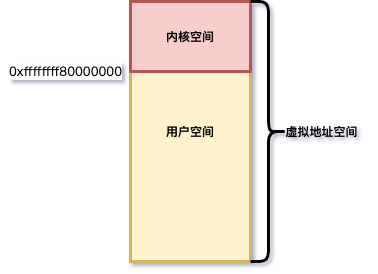
Earlier version of the draw.io export 进程虚拟地址空间.png (midou-tech/pothoto). Source tidied: cells renumbered, new cells last; positions are measured from the earlier drawing's top-left corner, leaving out a move shared by most shapes. Source of this version:
```xml
<mxGraphModel shadow="1">
  <root>
    <mxCell id="0" />
    <mxCell id="1" parent="0" />
    <mxCell id="2" value="&lt;b&gt;用户空间&lt;/b&gt;" style="rounded=0;whiteSpace=wrap;html=1;fillColor=#fff2cc;strokeColor=#d6b656;strokeWidth=3;" parent="1" vertex="1">
      <mxGeometry x="130" width="120" height="260" as="geometry" />
    </mxCell>
    <mxCell id="3" value="&lt;b&gt;内核空间&lt;/b&gt;" style="rounded=0;whiteSpace=wrap;html=1;fillColor=#f8cecc;strokeColor=#b85450;shadow=0;sketch=0;glass=0;strokeWidth=3;" parent="1" vertex="1">
      <mxGeometry x="130" width="120" height="70" as="geometry" />
    </mxCell>
    <mxCell id="4" style="shape=curlyBracket;whiteSpace=wrap;html=1;rounded=1;shadow=0;glass=0;sketch=0;strokeWidth=3;gradientColor=none;direction=west;" parent="1" vertex="1">
      <mxGeometry x="250" width="36" height="260" as="geometry" />
    </mxCell>
    <mxCell id="5" value="&lt;b&gt;虚拟地址空间&lt;/b&gt;" style="text;html=1;align=center;verticalAlign=middle;" parent="1" vertex="1">
      <mxGeometry x="276" y="120" width="90" height="20" as="geometry" />
    </mxCell>
    <mxCell id="6" value="&lt;pre style=&quot;font-family: &amp;#34;jetbrains mono&amp;#34; ; font-size: 9.8pt&quot;&gt;&lt;span style=&quot;background-color: rgb(255 , 255 , 255)&quot;&gt;0xffffffff80000000&lt;/span&gt;&lt;/pre&gt;" style="text;html=1;align=center;verticalAlign=middle;" parent="1" vertex="1">
      <mxGeometry y="45" width="130" height="50" as="geometry" />
    </mxCell>
  </root>
</mxGraphModel>
```
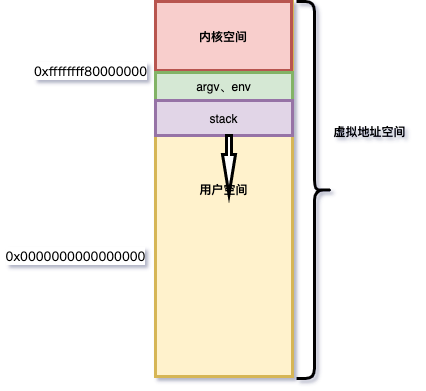
Later version of the same file.

Commit message:
更新进程虚拟地址空间.png

What changed in the source:
```diff
@@ -3,19 +3,31 @@
     <mxCell id="0" />
     <mxCell id="1" parent="0" />
     <mxCell id="2" value="&lt;b&gt;用户空间&lt;/b&gt;" style="rounded=0;whiteSpace=wrap;html=1;fillColor=#fff2cc;strokeColor=#d6b656;strokeWidth=3;" parent="1" vertex="1">
-      <mxGeometry x="130" width="120" height="260" as="geometry" />
+      <mxGeometry x="130" width="137" height="375" as="geometry" />
     </mxCell>
     <mxCell id="3" value="&lt;b&gt;内核空间&lt;/b&gt;" style="rounded=0;whiteSpace=wrap;html=1;fillColor=#f8cecc;strokeColor=#b85450;shadow=0;sketch=0;glass=0;strokeWidth=3;" parent="1" vertex="1">
-      <mxGeometry x="130" width="120" height="70" as="geometry" />
+      <mxGeometry x="130" width="136" height="69" as="geometry" />
     </mxCell>
     <mxCell id="4" style="shape=curlyBracket;whiteSpace=wrap;html=1;rounded=1;shadow=0;glass=0;sketch=0;strokeWidth=3;gradientColor=none;direction=west;" parent="1" vertex="1">
-      <mxGeometry x="250" width="36" height="260" as="geometry" />
+      <mxGeometry x="271" width="36" height="377" as="geometry" />
     </mxCell>
     <mxCell id="5" value="&lt;b&gt;虚拟地址空间&lt;/b&gt;" style="text;html=1;align=center;verticalAlign=middle;" parent="1" vertex="1">
-      <mxGeometry x="276" y="120" width="90" height="20" as="geometry" />
+      <mxGeometry x="299" y="120" width="90" height="20" as="geometry" />
     </mxCell>
     <mxCell id="6" value="&lt;pre style=&quot;font-family: &amp;#34;jetbrains mono&amp;#34; ; font-size: 9.8pt&quot;&gt;&lt;span style=&quot;background-color: rgb(255 , 255 , 255)&quot;&gt;0xffffffff80000000&lt;/span&gt;&lt;/pre&gt;" style="text;html=1;align=center;verticalAlign=middle;" parent="1" vertex="1">
       <mxGeometry y="45" width="130" height="50" as="geometry" />
     </mxCell>
+    <mxCell id="7" value="&lt;pre style=&quot;font-family: &amp;#34;jetbrains mono&amp;#34; ; font-size: 9.8pt&quot;&gt;&lt;pre style=&quot;font-family: &amp;#34;jetbrains mono&amp;#34; ; font-size: 9.8pt&quot;&gt;&lt;span style=&quot;background-color: rgb(255 , 255 , 255)&quot;&gt;0x0000000000000000&lt;/span&gt;&lt;/pre&gt;&lt;/pre&gt;" style="text;html=1;align=center;verticalAlign=middle;" parent="1" vertex="1">
+      <mxGeometry x="-25" y="233" width="150" height="44" as="geometry" />
+    </mxCell>
+    <mxCell id="8" value="argv、env" style="rounded=0;whiteSpace=wrap;html=1;shadow=0;glass=0;sketch=0;strokeWidth=3;fillColor=#d5e8d4;strokeColor=#82b366;" parent="1" vertex="1">
+      <mxGeometry x="130" y="71" width="137" height="28" as="geometry" />
+    </mxCell>
+    <mxCell id="9" value="stack" style="rounded=0;whiteSpace=wrap;html=1;shadow=0;glass=0;sketch=0;strokeWidth=3;fillColor=#e1d5e7;strokeColor=#9673a6;" parent="1" vertex="1">
+      <mxGeometry x="130" y="99" width="137" height="35" as="geometry" />
+    </mxCell>
+    <mxCell id="10" style="html=1;shadow=0;dashed=0;align=center;verticalAlign=middle;shape=mxgraph.arrows2.arrow;dy=0.6;dx=40;direction=south;notch=0;rounded=0;glass=0;sketch=0;strokeWidth=3;gradientColor=none;" parent="1" vertex="1">
+      <mxGeometry x="197" y="134" width="13" height="59" as="geometry" />
+    </mxCell>
   </root>
 </mxGraphModel>
```
